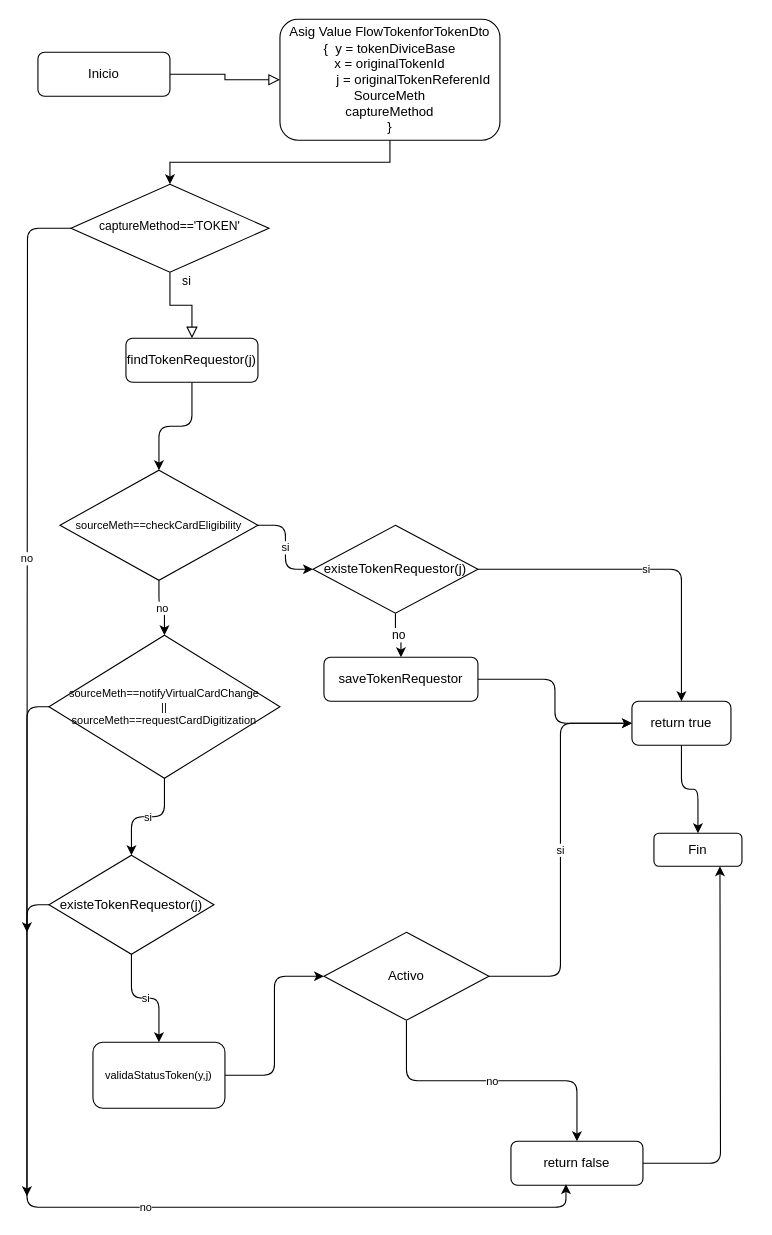
Earlier version of the draw.io diagram Diagramas/Untitled Diagram.drawio (lejr77/RepositorioPrueba). Source tidied: cells renumbered, new cells numbered last; positions are measured from the earlier drawing's top-left corner, leaving out a move shared by most shapes. Both pictures are drawn from the tidied source at 110%, with x=0, y=0 at pixel (26, 19).
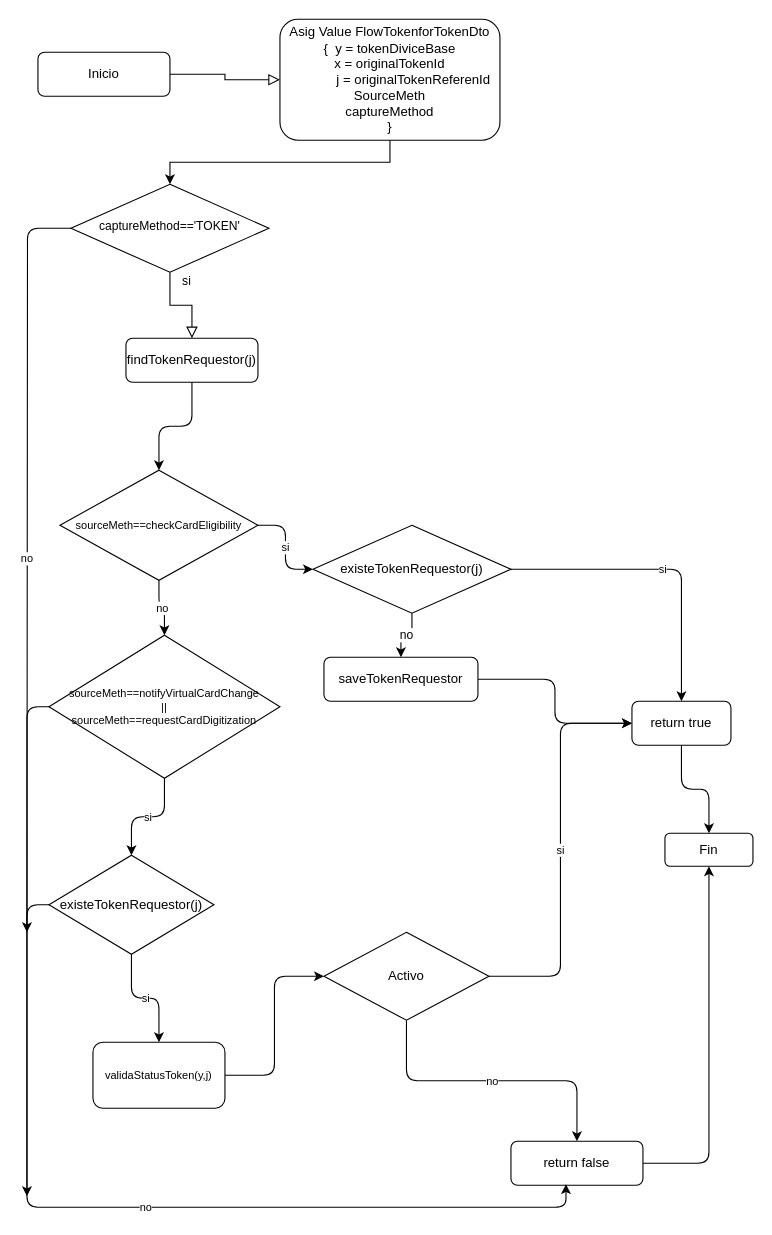
After the change.

The change refers to these unchanged cells:
```xml
<mxCell id="10" value="return false" style="rounded=1;whiteSpace=wrap;html=1;fontSize=12;glass=0;strokeWidth=1;shadow=0;" parent="1" vertex="1">
  <mxGeometry x="440" y="1020" width="120" height="40" as="geometry" />
</mxCell>
```

Diff of the diagram source:
```diff
@@
-    <mxCell id="9" style="edgeStyle=orthogonalEdgeStyle;rounded=1;sketch=0;jettySize=auto;html=1;fontSize=10;" parent="1" edge="1" source="10">
-      <mxGeometry relative="1" as="geometry">
-        <mxPoint x="630" y="770" as="targetPoint" />
-      </mxGeometry>
+    <mxCell id="9" style="edgeStyle=orthogonalEdgeStyle;rounded=1;sketch=0;jettySize=auto;html=1;fontSize=10;entryX=0.5;entryY=1;entryDx=0;entryDy=0;" parent="1" edge="1" source="10" target="15">
+      <mxGeometry relative="1" as="geometry" />
     </mxCell>
@@
     <mxCell id="15" value="&lt;div&gt;Fin&lt;/div&gt;" style="rounded=1;whiteSpace=wrap;html=1;" parent="1" vertex="1">
-      <mxGeometry x="570" y="740" width="80" height="30" as="geometry" />
+      <mxGeometry x="580" y="740" width="80" height="30" as="geometry" />
     </mxCell>
@@
     <mxCell id="21" value="existeTokenRequestor(j)" style="rhombus;whiteSpace=wrap;html=1;" parent="1" vertex="1">
-      <mxGeometry x="260" y="460" width="150" height="80" as="geometry" />
+      <mxGeometry x="260" y="460" width="180" height="80" as="geometry" />
     </mxCell>
```
